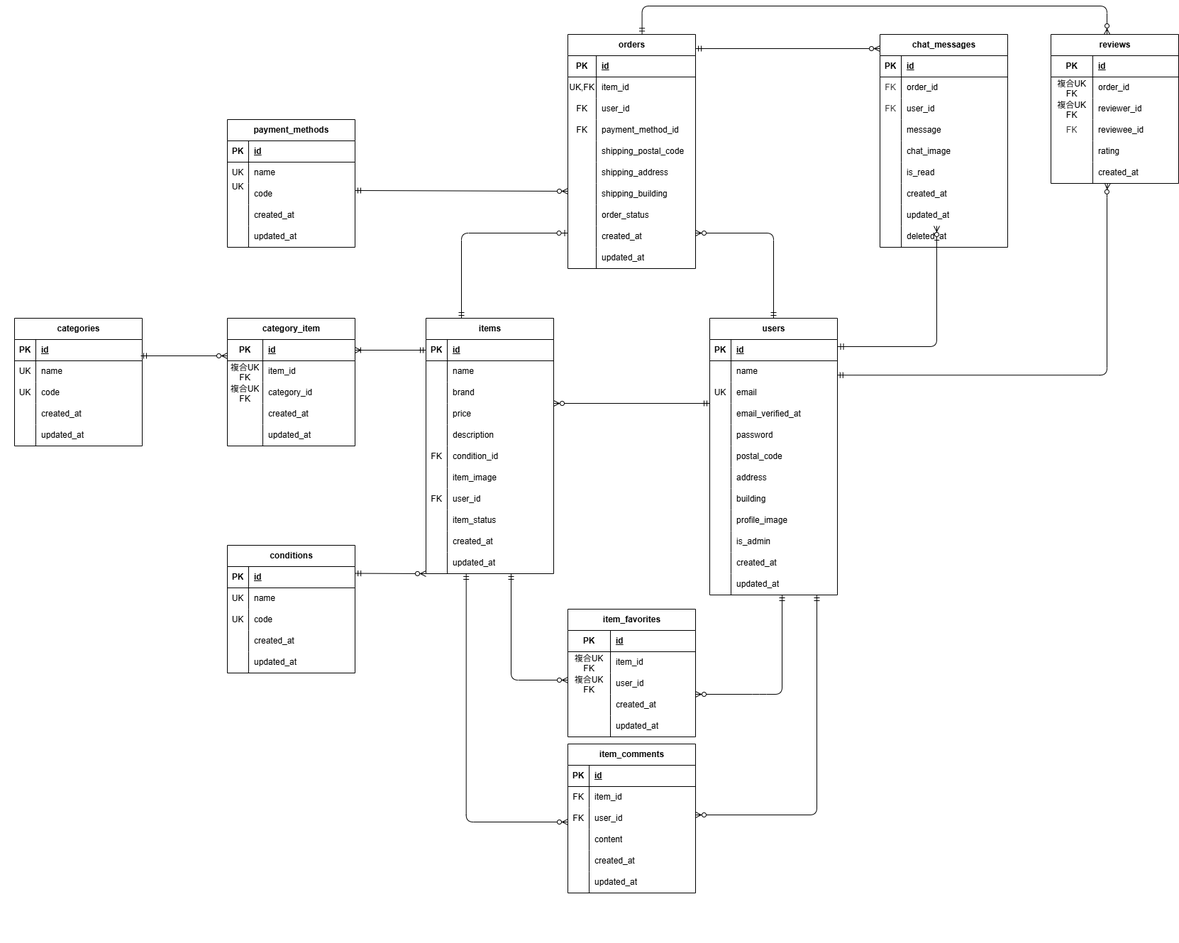
The draw.io diagram er.drawio.png in kawamata-natsuki/coachtech-flea, before a commit. Source tidied: cells renumbered, new cells last; positions are measured from the earlier drawing's top-left corner, leaving out a move shared by most shapes.
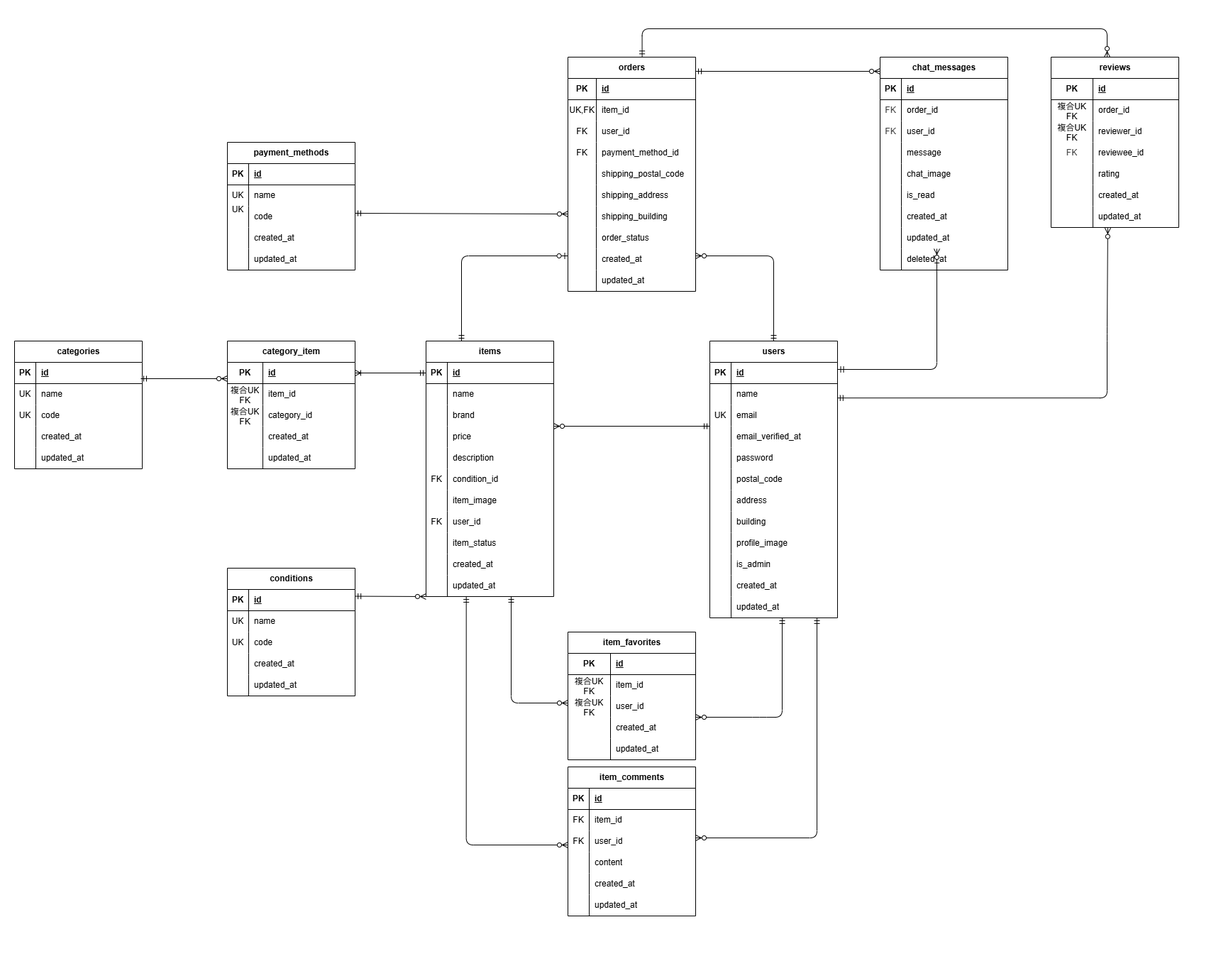
After the commit.

Commit message:
refactor: updated_atカラム追加

Change to the diagram source:
```diff
@@ -784,7 +784,7 @@
       <mxGeometry x="30" width="150" height="30" as="geometry" />
     </mxCell>
     <mxCell id="248" value="reviews" style="shape=table;startSize=30;rowLines=0;fontStyle=1;align=center;html=1;" parent="1" vertex="1">
-      <mxGeometry x="1481" y="40" width="180" height="210" as="geometry" />
+      <mxGeometry x="1481" y="40" width="180" height="240" as="geometry" />
     </mxCell>
     <mxCell id="249" style="shape=tableRow;horizontal=0;startSize=0;swimlaneHead=0;swimlaneBody=0;fillColor=none;top=0;left=0;right=0;bottom=1;" parent="248" vertex="1">
       <mxGeometry y="30" width="180" height="30" as="geometry" />
@@ -840,6 +840,15 @@
     <mxCell id="266" value="created_at" style="shape=partialRectangle;fillColor=none;top=0;left=0;bottom=0;right=0;align=left;spacingLeft=6;overflow=hidden;whiteSpace=wrap;html=1;" parent="264" vertex="1">
       <mxGeometry x="59" width="121" height="30" as="geometry" />
     </mxCell>
+    <mxCell id="271" style="shape=tableRow;horizontal=0;startSize=0;swimlaneHead=0;swimlaneBody=0;fillColor=none;points=[[0,0.5],[1,0.5]];portConstraint=eastwest;top=0;left=0;right=0;bottom=0;" parent="248" vertex="1">
+      <mxGeometry y="210" width="180" height="30" as="geometry" />
+    </mxCell>
+    <mxCell id="272" style="shape=partialRectangle;fillColor=none;top=0;left=0;bottom=0;right=0;overflow=hidden;whiteSpace=wrap;html=1;" parent="271" vertex="1">
+      <mxGeometry width="59" height="30" as="geometry" />
+    </mxCell>
+    <mxCell id="273" value="updated_at" style="shape=partialRectangle;fillColor=none;top=0;left=0;bottom=0;right=0;align=left;spacingLeft=6;overflow=hidden;whiteSpace=wrap;html=1;" parent="271" vertex="1">
+      <mxGeometry x="59" width="121" height="30" as="geometry" />
+    </mxCell>
     <mxCell id="267" style="fontSize=12;html=1;endArrow=ERzeroToMany;startArrow=ERmandOne;" parent="1" edge="1">
       <mxGeometry relative="1" as="geometry">
         <mxPoint x="980" y="60" as="sourcePoint" />
@@ -853,12 +862,12 @@
         </Array>
       </mxGeometry>
     </mxCell>
-    <mxCell id="269" style="fontSize=12;html=1;endArrow=ERzeroToMany;startArrow=ERmandOne;edgeStyle=orthogonalEdgeStyle;exitX=0.999;exitY=0.674;exitDx=0;exitDy=0;exitPerimeter=0;entryX=0.443;entryY=0.995;entryDx=0;entryDy=0;entryPerimeter=0;" parent="1" edge="1" source="87" target="264">
+    <mxCell id="269" style="fontSize=12;html=1;endArrow=ERzeroToMany;startArrow=ERmandOne;edgeStyle=orthogonalEdgeStyle;exitX=0.999;exitY=0.674;exitDx=0;exitDy=0;exitPerimeter=0;entryX=0.444;entryY=1.024;entryDx=0;entryDy=0;entryPerimeter=0;" parent="1" edge="1" source="87" target="271">
       <mxGeometry relative="1" as="geometry">
         <Array as="points">
           <mxPoint x="1560" y="520" />
-          <mxPoint x="1560" y="260" />
-          <mxPoint x="1561" y="260" />
+          <mxPoint x="1560" y="430" />
+          <mxPoint x="1561" y="430" />
         </Array>
       </mxGeometry>
     </mxCell>
@@ -870,5 +879,8 @@
         </Array>
       </mxGeometry>
     </mxCell>
+    <mxCell id="274" style="rounded=0;whiteSpace=wrap;html=1;strokeColor=none;" parent="1" vertex="1">
+      <mxGeometry x="1680" y="-40" width="40" height="30" as="geometry" />
+    </mxCell>
   </root>
 </mxGraphModel>
```
